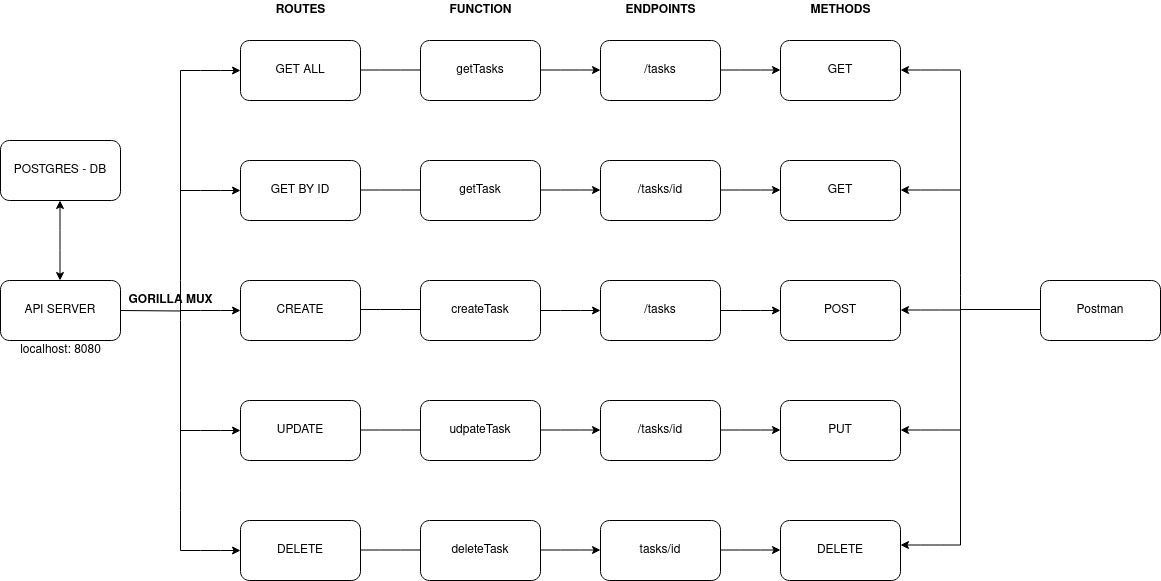
This is todolist-postgres/todolist-postgres.drawio.png from Tashkov/GoProjects, a draw.io export, as it was before one commit. Source tidied: cells renumbered, new cells last; positions are measured from the earlier drawing's top-left corner, leaving out a move shared by most shapes.
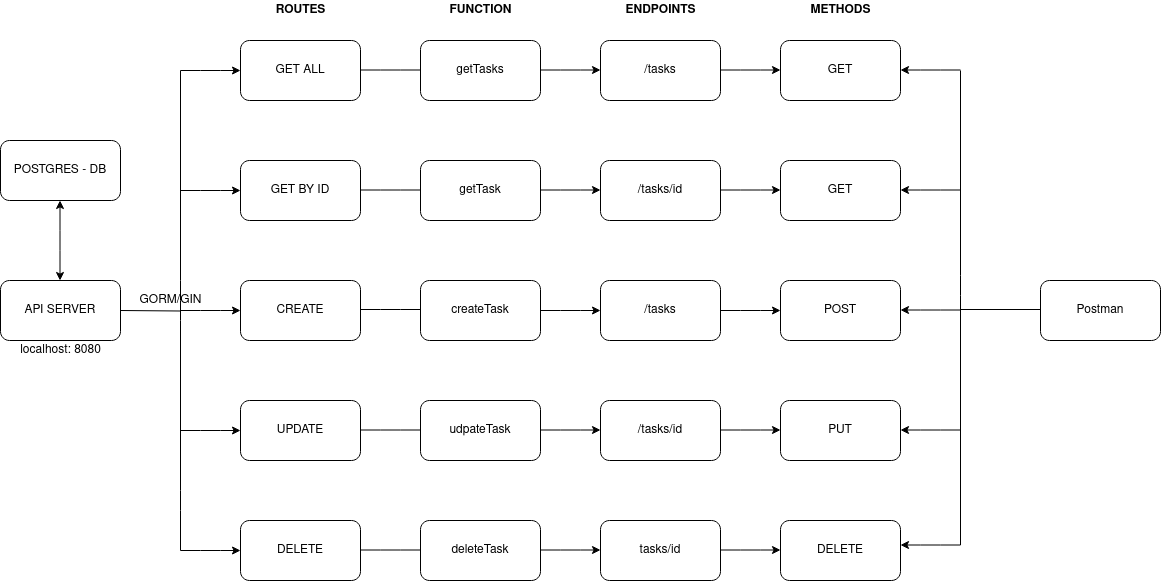
Above is the later version.

What changed in the source:
```diff
@@ -107,8 +107,8 @@
     <mxCell id="19" value="DELETE" style="rounded=1;whiteSpace=wrap;html=1;" parent="1" vertex="1">
       <mxGeometry x="240" y="520" width="120" height="60" as="geometry" />
     </mxCell>
-    <mxCell id="20" value="&lt;b&gt;GORILLA MUX&lt;br&gt;&lt;/b&gt;" style="text;html=1;align=center;verticalAlign=middle;strokeColor=none;fillColor=none;" parent="1" vertex="1">
-      <mxGeometry x="120" y="290" width="100" height="20" as="geometry" />
+    <mxCell id="20" value="GORM/GIN" style="text;html=1;align=center;verticalAlign=middle;strokeColor=none;fillColor=none;" parent="1" vertex="1">
+      <mxGeometry x="130" y="290" width="80" height="20" as="geometry" />
     </mxCell>
     <mxCell id="21" value="&lt;b&gt;ROUTES&lt;/b&gt;" style="text;html=1;align=center;verticalAlign=middle;strokeColor=none;fillColor=none;" parent="1" vertex="1">
       <mxGeometry x="265" width="70" height="20" as="geometry" />
```
